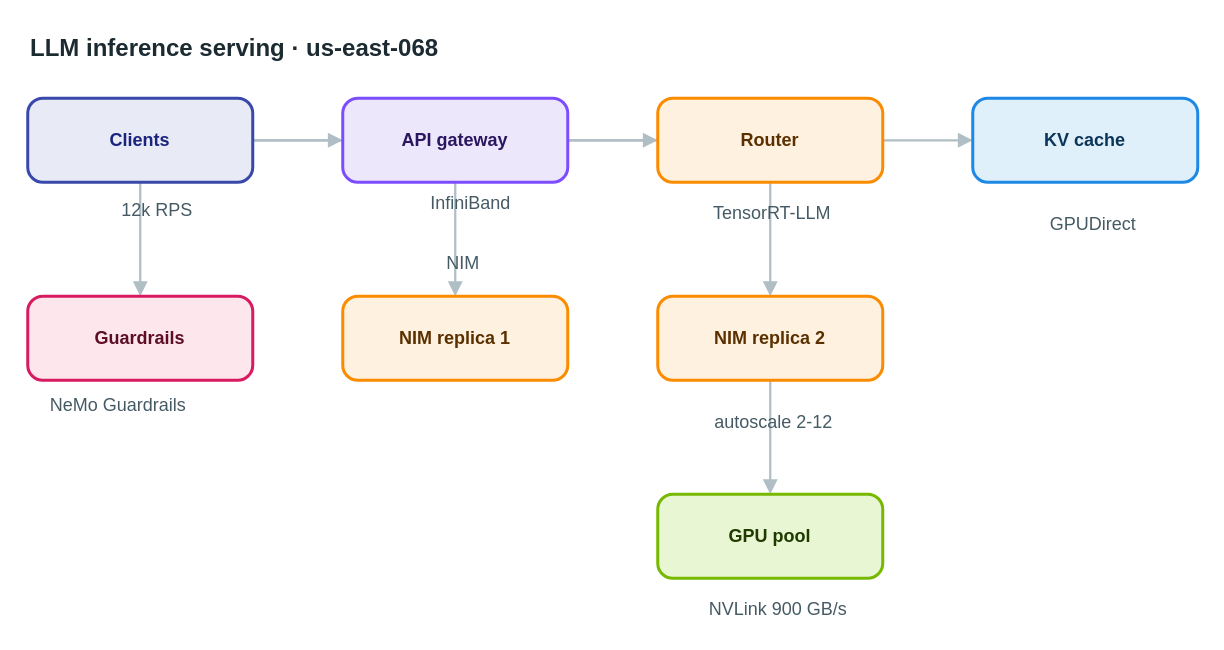
Above: apps/web/public/samples/library/068-llm-inference-serving.drawio in AryanG01/open-apprentice (draw.io), before the change. Source tidied: cells renumbered, new cells numbered last; positions are measured from the earlier drawing's top-left corner, leaving out a move shared by most shapes. Both pictures are drawn from the tidied source at 150%, with x=0, y=0 at pixel (27, 26).
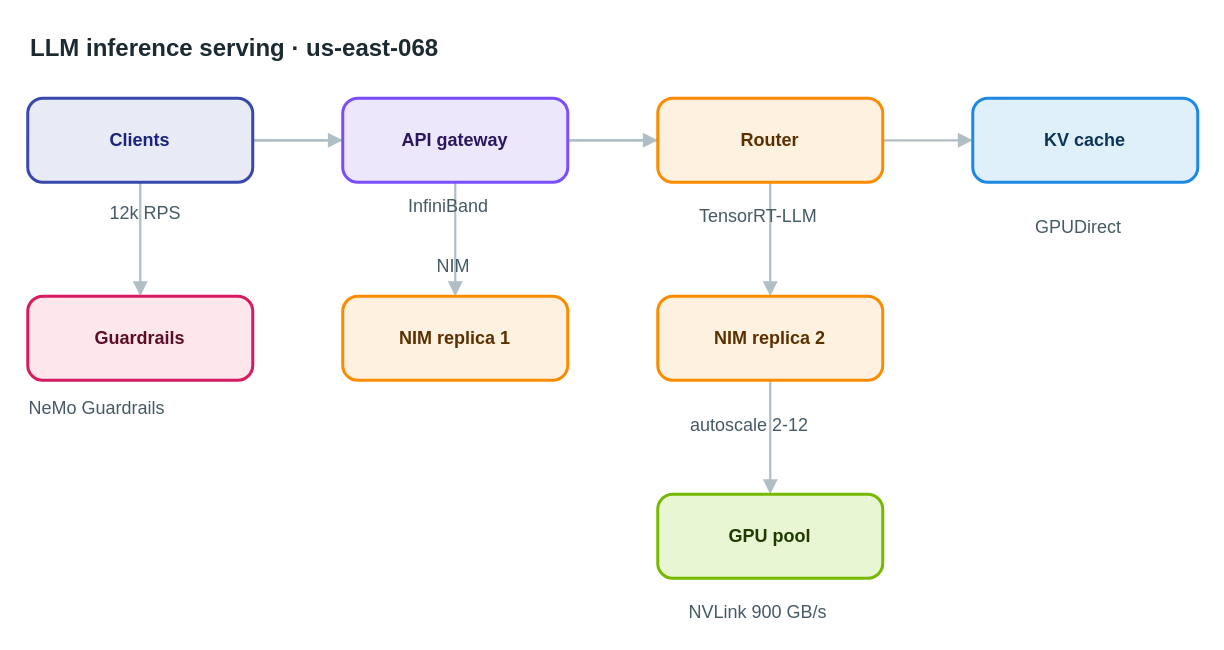
The same diagram, later.

The edit, as a diff of the source:
```diff
@@
-    <mxCell id="18" value="12k RPS" style="text;html=1;align=center;verticalAlign=middle;whiteSpace=nowrap;strokeColor=none;fillColor=none;fontSize=12;fontColor=#455a64;" parent="1" vertex="1">
+    <mxCell id="18" value="12k RPS" style="text;html=1;align=left;verticalAlign=top;whiteSpace=nowrap;spacing=0;spacingTop=0;strokeColor=none;fillColor=none;fontSize=12;fontColor=#455a64;" parent="1" vertex="1">
       <mxGeometry x="55" y="113" width="61" height="20" as="geometry" />
     </mxCell>
-    <mxCell id="19" value="InfiniBand" style="text;html=1;align=center;verticalAlign=middle;whiteSpace=nowrap;strokeColor=none;fillColor=none;fontSize=12;fontColor=#455a64;" parent="1" vertex="1">
+    <mxCell id="19" value="InfiniBand" style="text;html=1;align=left;verticalAlign=top;whiteSpace=nowrap;spacing=0;spacingTop=0;strokeColor=none;fillColor=none;fontSize=12;fontColor=#455a64;" parent="1" vertex="1">
       <mxGeometry x="254" y="108" width="82" height="20" as="geometry" />
     </mxCell>
-    <mxCell id="20" value="TensorRT-LLM" style="text;html=1;align=center;verticalAlign=middle;whiteSpace=nowrap;strokeColor=none;fillColor=none;fontSize=12;fontColor=#455a64;" parent="1" vertex="1">
+    <mxCell id="20" value="TensorRT-LLM" style="text;html=1;align=left;verticalAlign=top;whiteSpace=nowrap;spacing=0;spacingTop=0;strokeColor=none;fillColor=none;fontSize=12;fontColor=#455a64;" parent="1" vertex="1">
       <mxGeometry x="448" y="115" width="96" height="20" as="geometry" />
     </mxCell>
-    <mxCell id="21" value="NIM" style="text;html=1;align=center;verticalAlign=middle;whiteSpace=nowrap;strokeColor=none;fillColor=none;fontSize=12;fontColor=#455a64;" parent="1" vertex="1">
+    <mxCell id="21" value="NIM" style="text;html=1;align=left;verticalAlign=top;whiteSpace=nowrap;spacing=0;spacingTop=0;strokeColor=none;fillColor=none;fontSize=12;fontColor=#455a64;" parent="1" vertex="1">
       <mxGeometry x="273" y="148" width="33" height="20" as="geometry" />
     </mxCell>
-    <mxCell id="22" value="autoscale 2-12" style="text;html=1;align=center;verticalAlign=middle;whiteSpace=nowrap;strokeColor=none;fillColor=none;fontSize=12;fontColor=#455a64;" parent="1" vertex="1">
+    <mxCell id="22" value="autoscale 2-12" style="text;html=1;align=left;verticalAlign=top;whiteSpace=nowrap;spacing=0;spacingTop=0;strokeColor=none;fillColor=none;fontSize=12;fontColor=#455a64;" parent="1" vertex="1">
       <mxGeometry x="442" y="254" width="110" height="20" as="geometry" />
     </mxCell>
-    <mxCell id="23" value="GPUDirect" style="text;html=1;align=center;verticalAlign=middle;whiteSpace=nowrap;strokeColor=none;fillColor=none;fontSize=12;fontColor=#455a64;" parent="1" vertex="1">
+    <mxCell id="23" value="GPUDirect" style="text;html=1;align=left;verticalAlign=top;whiteSpace=nowrap;spacing=0;spacingTop=0;strokeColor=none;fillColor=none;fontSize=12;fontColor=#455a64;" parent="1" vertex="1">
       <mxGeometry x="672" y="122" width="75" height="20" as="geometry" />
     </mxCell>
-    <mxCell id="24" value="NVLink 900 GB/s" style="text;html=1;align=center;verticalAlign=middle;whiteSpace=nowrap;strokeColor=none;fillColor=none;fontSize=12;fontColor=#455a64;" parent="1" vertex="1">
+    <mxCell id="24" value="NVLink 900 GB/s" style="text;html=1;align=left;verticalAlign=top;whiteSpace=nowrap;spacing=0;spacingTop=0;strokeColor=none;fillColor=none;fontSize=12;fontColor=#455a64;" parent="1" vertex="1">
       <mxGeometry x="441" y="379" width="117" height="20" as="geometry" />
     </mxCell>
-    <mxCell id="25" value="NeMo Guardrails" style="text;html=1;align=center;verticalAlign=middle;whiteSpace=nowrap;strokeColor=none;fillColor=none;fontSize=12;fontColor=#455a64;" parent="1" vertex="1">
+    <mxCell id="25" value="NeMo Guardrails" style="text;html=1;align=left;verticalAlign=top;whiteSpace=nowrap;spacing=0;spacingTop=0;strokeColor=none;fillColor=none;fontSize=12;fontColor=#455a64;" parent="1" vertex="1">
       <mxGeometry x="1" y="243" width="117" height="20" as="geometry" />
     </mxCell>
```
